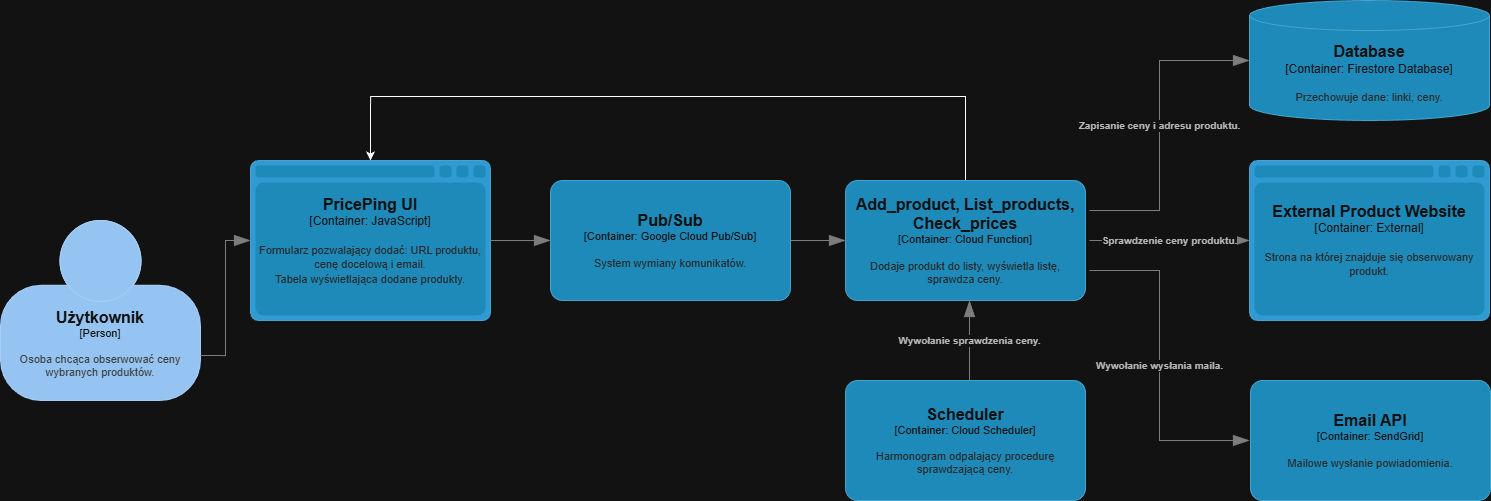
This is PricePing.png from martafigurska/PricePing, a draw.io export, as it was before one commit. Source tidied: cells renumbered, new cells last; positions are measured from the earlier drawing's top-left corner, leaving out a move shared by most shapes.
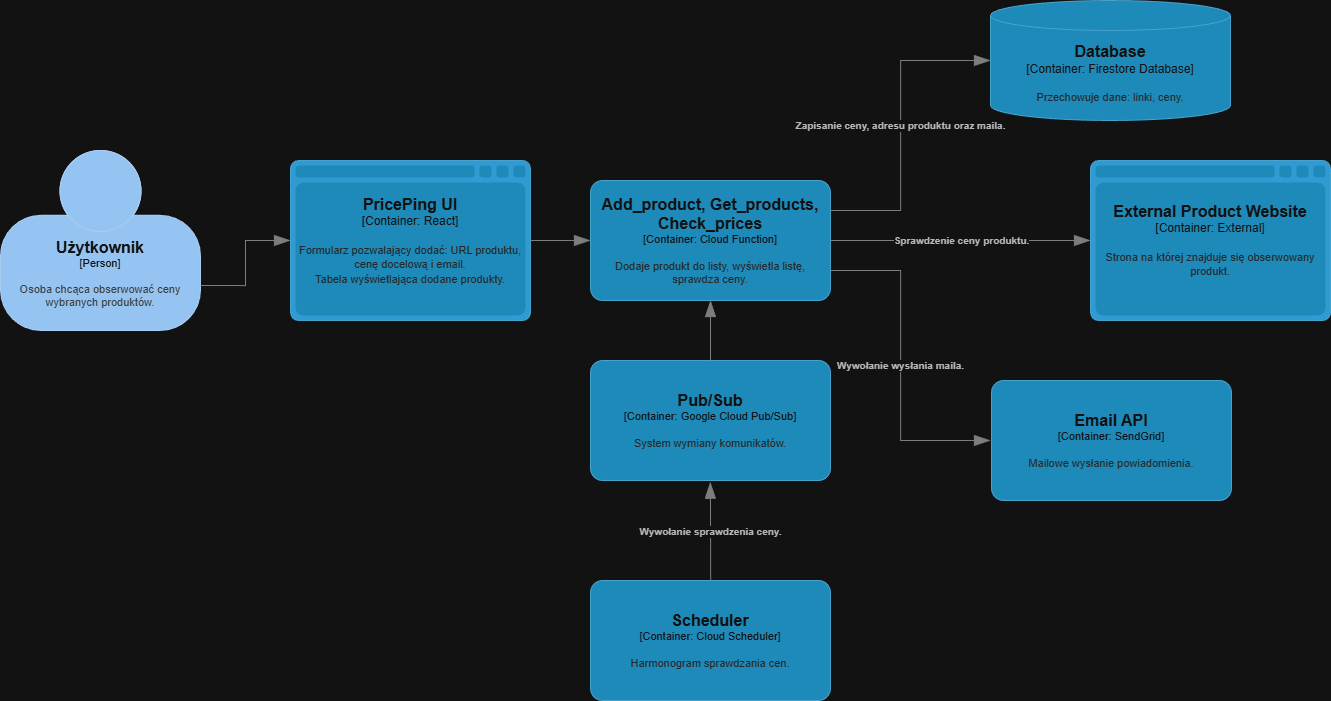
After the change.

Diff of the diagram source:
```diff
@@ -4,57 +4,49 @@
     <mxCell id="1" parent="0" />
     <object id="2" label="&lt;font style=&quot;font-size: 16px&quot;&gt;&lt;b&gt;%c4Name%&lt;/b&gt;&lt;/font&gt;&lt;div&gt;[%c4Type%]&lt;/div&gt;&lt;br&gt;&lt;div&gt;&lt;font style=&quot;font-size: 11px&quot;&gt;&lt;font color=&quot;#cccccc&quot;&gt;%c4Description%&lt;/font&gt;&lt;/div&gt;" c4Description="Osoba chcąca obserwować ceny wybranych produktów." c4Name="Użytkownik" c4Type="Person" placeholders="1">
       <mxCell style="html=1;fontSize=11;dashed=0;whiteSpace=wrap;fillColor=#083F75;strokeColor=#06315C;fontColor=#ffffff;shape=mxgraph.c4.person2;align=center;points=[[0.5,0,0],[1,0.5,0],[1,0.75,0],[0.75,1,0],[0.5,1,0],[0.25,1,0],[0,0.75,0],[0,0.5,0]];" parent="1" vertex="1">
-        <mxGeometry y="220" width="200" height="180" as="geometry" />
+        <mxGeometry x="-40" y="150" width="200" height="180" as="geometry" />
       </mxCell>
     </object>
-    <object id="3" label="&lt;font style=&quot;font-size: 16px&quot;&gt;&lt;b&gt;%c4Name%&lt;/b&gt;&lt;/font&gt;&lt;div&gt;[%c4Type%:&amp;nbsp;%c4Technology%]&lt;/div&gt;&lt;br&gt;&lt;div&gt;&lt;font style=&quot;font-size: 11px&quot;&gt;&lt;font color=&quot;#E6E6E6&quot;&gt;%c4Description%&lt;/font&gt;&lt;/div&gt;" c4Description="Formularz pozwalający dodać: URL produktu, cenę docelową i email.&#10;Tabela wyświetlająca dodane produkty." c4Name="PricePing UI" c4Technology="JavaScript" c4Type="Container" placeholders="1">
+    <object id="3" label="&lt;font style=&quot;font-size: 16px&quot;&gt;&lt;b&gt;%c4Name%&lt;/b&gt;&lt;/font&gt;&lt;div&gt;[%c4Type%:&amp;nbsp;%c4Technology%]&lt;/div&gt;&lt;br&gt;&lt;div&gt;&lt;font style=&quot;font-size: 11px&quot;&gt;&lt;font color=&quot;#E6E6E6&quot;&gt;%c4Description%&lt;/font&gt;&lt;/div&gt;" c4Description="Formularz pozwalający dodać: URL produktu, cenę docelową i email.&#10;Tabela wyświetlająca dodane produkty." c4Name="PricePing UI" c4Technology="React" c4Type="Container" placeholders="1">
       <mxCell style="shape=mxgraph.c4.webBrowserContainer2;whiteSpace=wrap;html=1;boundedLbl=1;rounded=0;labelBackgroundColor=none;strokeColor=#118ACD;fillColor=#23A2D9;strokeColor=#118ACD;strokeColor2=#0E7DAD;fontSize=12;fontColor=#ffffff;align=center;points=[[0.5,0,0],[1,0.25,0],[1,0.5,0],[1,0.75,0],[0.5,1,0],[0,0.75,0],[0,0.5,0],[0,0.25,0]];" parent="1" vertex="1">
         <mxGeometry x="250" y="160" width="240" height="160" as="geometry" />
       </mxCell>
     </object>
-    <mxCell id="4" style="edgeStyle=orthogonalEdgeStyle;rounded=0;jettySize=auto;html=1;exitX=0.5;exitY=0;exitDx=0;exitDy=0;exitPerimeter=0;entryX=0.5;entryY=0;entryDx=0;entryDy=0;entryPerimeter=0;" parent="1" edge="1" source="5" target="3">
-      <mxGeometry relative="1" as="geometry">
-        <Array as="points">
-          <mxPoint x="965" y="96" />
-          <mxPoint x="370" y="96" />
-        </Array>
-      </mxGeometry>
-    </mxCell>
-    <object id="5" label="&lt;font style=&quot;font-size: 16px&quot;&gt;&lt;b&gt;%c4Name%&lt;/b&gt;&lt;/font&gt;&lt;div&gt;[%c4Type%: %c4Technology%]&lt;/div&gt;&lt;br&gt;&lt;div&gt;&lt;font style=&quot;font-size: 11px&quot;&gt;&lt;font color=&quot;#E6E6E6&quot;&gt;%c4Description%&lt;/font&gt;&lt;/div&gt;" c4Description="Dodaje produkt do listy, wyświetla listę, sprawdza ceny." c4Name="Add_product, List_products, Check_prices" c4Technology="Cloud Function" c4Type="Container" placeholders="1">
+    <object id="5" label="&lt;font style=&quot;font-size: 16px&quot;&gt;&lt;b&gt;%c4Name%&lt;/b&gt;&lt;/font&gt;&lt;div&gt;[%c4Type%: %c4Technology%]&lt;/div&gt;&lt;br&gt;&lt;div&gt;&lt;font style=&quot;font-size: 11px&quot;&gt;&lt;font color=&quot;#E6E6E6&quot;&gt;%c4Description%&lt;/font&gt;&lt;/div&gt;" c4Description="Dodaje produkt do listy, wyświetla listę, sprawdza ceny." c4Name="Add_product, Get_products, Check_prices" c4Technology="Cloud Function" c4Type="Container" placeholders="1">
       <mxCell style="rounded=1;whiteSpace=wrap;html=1;fontSize=11;labelBackgroundColor=none;fillColor=#23A2D9;fontColor=#ffffff;align=center;arcSize=10;strokeColor=#0E7DAD;points=[[0.25,0,0],[0.5,0,0],[0.75,0,0],[1,0.25,0],[1,0.5,0],[1,0.75,0],[0.75,1,0],[0.5,1,0],[0.25,1,0],[0,0.75,0],[0,0.5,0],[0,0.25,0]];" parent="1" vertex="1">
-        <mxGeometry x="845" y="180" width="240" height="120" as="geometry" />
+        <mxGeometry x="550" y="180" width="240" height="120" as="geometry" />
       </mxCell>
     </object>
-    <object id="6" label="&lt;font style=&quot;font-size: 16px&quot;&gt;&lt;b&gt;%c4Name%&lt;/b&gt;&lt;/font&gt;&lt;div&gt;[%c4Type%: %c4Technology%]&lt;/div&gt;&lt;br&gt;&lt;div&gt;&lt;font style=&quot;font-size: 11px&quot;&gt;&lt;font color=&quot;#E6E6E6&quot;&gt;%c4Description%&lt;/font&gt;&lt;/div&gt;" c4Description="Harmonogram odpalający procedurę sprawdzającą ceny." c4Name="Scheduler" c4Technology="Cloud Scheduler" c4Type="Container" placeholders="1">
+    <object id="6" label="&lt;font style=&quot;font-size: 16px&quot;&gt;&lt;b&gt;%c4Name%&lt;/b&gt;&lt;/font&gt;&lt;div&gt;[%c4Type%: %c4Technology%]&lt;/div&gt;&lt;br&gt;&lt;div&gt;&lt;font style=&quot;font-size: 11px&quot;&gt;&lt;font color=&quot;#E6E6E6&quot;&gt;%c4Description%&lt;/font&gt;&lt;/div&gt;" c4Description="Harmonogram sprawdzania cen." c4Name="Scheduler" c4Technology="Cloud Scheduler" c4Type="Container" placeholders="1">
       <mxCell style="rounded=1;whiteSpace=wrap;html=1;fontSize=11;labelBackgroundColor=none;fillColor=#23A2D9;fontColor=#ffffff;align=center;arcSize=10;strokeColor=#0E7DAD;" parent="1" vertex="1">
-        <mxGeometry x="845" y="380" width="240" height="120" as="geometry" />
+        <mxGeometry x="550" y="580" width="240" height="120" as="geometry" />
       </mxCell>
     </object>
     <object id="7" label="&lt;div style=&quot;text-align: left&quot;&gt;&lt;div style=&quot;text-align: center&quot;&gt;&lt;b&gt;%c4Description%&lt;/b&gt;&lt;/div&gt;" c4Description="Wywołanie sprawdzenia ceny." c4Type="Relationship" placeholders="1">
-      <mxCell style="endArrow=blockThin;html=1;fontSize=10;fontColor=#404040;strokeWidth=1;endFill=1;strokeColor=#828282;elbow=vertical;endSize=14;startSize=14;jumpStyle=arc;jumpSize=16;rounded=0;edgeStyle=orthogonalEdgeStyle;entryX=0.5;entryY=1;entryDx=0;entryDy=0;entryPerimeter=0;exitX=0.5;exitY=0;exitDx=0;exitDy=0;exitPerimeter=0;" parent="1" edge="1">
+      <mxCell style="endArrow=blockThin;html=1;fontSize=10;fontColor=#404040;strokeWidth=1;endFill=1;strokeColor=#828282;elbow=vertical;endSize=14;startSize=14;jumpStyle=arc;jumpSize=16;rounded=0;edgeStyle=orthogonalEdgeStyle;entryX=0.515;entryY=1.014;entryDx=0;entryDy=0;entryPerimeter=0;exitX=0.5;exitY=0;exitDx=0;exitDy=0;exitPerimeter=0;" parent="1" edge="1">
         <mxGeometry relative="1" as="geometry">
-          <mxPoint x="969" y="380" as="sourcePoint" />
-          <mxPoint x="969" y="300" as="targetPoint" />
+          <mxPoint x="670.2" y="580" as="sourcePoint" />
+          <mxPoint x="669.8" y="481.7" as="targetPoint" />
         </mxGeometry>
       </mxCell>
     </object>
     <object id="8" label="&lt;font style=&quot;font-size: 16px&quot;&gt;&lt;b&gt;%c4Name%&lt;/b&gt;&lt;/font&gt;&lt;div&gt;[%c4Type%:&amp;nbsp;%c4Technology%]&lt;/div&gt;&lt;br&gt;&lt;div&gt;&lt;font style=&quot;font-size: 11px&quot;&gt;&lt;font color=&quot;#E6E6E6&quot;&gt;%c4Description%&lt;/font&gt;&lt;/div&gt;" c4Description="Przechowuje dane: linki, ceny." c4Name="Database" c4Technology="Firestore Database" c4Type="Container" placeholders="1">
       <mxCell style="shape=cylinder3;size=15;whiteSpace=wrap;html=1;boundedLbl=1;rounded=0;labelBackgroundColor=none;fillColor=#23A2D9;fontSize=12;fontColor=#ffffff;align=center;strokeColor=#0E7DAD;points=[[0.5,0,0],[1,0.25,0],[1,0.5,0],[1,0.75,0],[0.5,1,0],[0,0.75,0],[0,0.5,0],[0,0.25,0]];" parent="1" vertex="1">
-        <mxGeometry x="1249" width="240" height="120" as="geometry" />
+        <mxGeometry x="950" width="240" height="120" as="geometry" />
       </mxCell>
     </object>
     <object id="9" label="&lt;font style=&quot;font-size: 16px&quot;&gt;&lt;b&gt;%c4Name%&lt;/b&gt;&lt;/font&gt;&lt;div&gt;[%c4Type%:&amp;nbsp;%c4Technology%]&lt;/div&gt;&lt;br&gt;&lt;div&gt;&lt;font style=&quot;font-size: 11px&quot;&gt;&lt;font color=&quot;#E6E6E6&quot;&gt;%c4Description%&lt;/font&gt;&lt;/div&gt;" c4Description="Strona na której znajduje się obserwowany produkt." c4Name="External Product Website" c4Technology="External" c4Type="Container" placeholders="1">
       <mxCell style="shape=mxgraph.c4.webBrowserContainer2;whiteSpace=wrap;html=1;boundedLbl=1;rounded=0;labelBackgroundColor=none;strokeColor=#118ACD;fillColor=#23A2D9;strokeColor=#118ACD;strokeColor2=#0E7DAD;fontSize=12;fontColor=#ffffff;align=center;points=[[0.5,0,0],[1,0.25,0],[1,0.5,0],[1,0.75,0],[0.5,1,0],[0,0.75,0],[0,0.5,0],[0,0.25,0]];" parent="1" vertex="1">
-        <mxGeometry x="1249" y="160" width="240" height="160" as="geometry" />
+        <mxGeometry x="1050" y="160" width="240" height="160" as="geometry" />
       </mxCell>
     </object>
-    <object id="10" label="&lt;div style=&quot;text-align: left&quot;&gt;&lt;div style=&quot;text-align: center&quot;&gt;&lt;b&gt;%c4Description%&lt;/b&gt;&lt;/div&gt;" c4Description="Zapisanie ceny i adresu produktu." c4Type="Relationship" placeholders="1">
+    <object id="10" label="&lt;div style=&quot;text-align: left&quot;&gt;&lt;div style=&quot;text-align: center&quot;&gt;&lt;b&gt;%c4Description%&lt;/b&gt;&lt;/div&gt;" c4Description="Zapisanie ceny, adresu produktu oraz maila." c4Type="Relationship" placeholders="1">
       <mxCell style="endArrow=blockThin;html=1;fontSize=10;fontColor=#404040;strokeWidth=1;endFill=1;strokeColor=#828282;elbow=vertical;endSize=14;startSize=14;jumpStyle=arc;jumpSize=16;rounded=0;edgeStyle=orthogonalEdgeStyle;exitX=1;exitY=0.25;exitDx=0;exitDy=0;exitPerimeter=0;entryX=0;entryY=0.5;entryDx=0;entryDy=0;entryPerimeter=0;" parent="1" edge="1" target="8">
         <mxGeometry relative="1" as="geometry">
-          <mxPoint x="1089" y="210" as="sourcePoint" />
+          <mxPoint x="790" y="210" as="sourcePoint" />
           <Array as="points">
-            <mxPoint x="1159" y="210" />
-            <mxPoint x="1159" y="60" />
+            <mxPoint x="860" y="210" />
+            <mxPoint x="860" y="60" />
           </Array>
         </mxGeometry>
       </mxCell>
@@ -62,18 +54,18 @@
     <object id="11" label="&lt;div style=&quot;text-align: left&quot;&gt;&lt;div style=&quot;text-align: center&quot;&gt;&lt;b&gt;%c4Description%&lt;/b&gt;&lt;/div&gt;" c4Description="Sprawdzenie ceny produktu." c4Type="Relationship" placeholders="1">
       <mxCell style="endArrow=blockThin;html=1;fontSize=10;fontColor=#404040;strokeWidth=1;endFill=1;strokeColor=#828282;elbow=vertical;endSize=14;startSize=14;jumpStyle=arc;jumpSize=16;rounded=0;edgeStyle=orthogonalEdgeStyle;entryX=0;entryY=0.5;entryDx=0;entryDy=0;entryPerimeter=0;" parent="1" edge="1" target="9">
         <mxGeometry relative="1" as="geometry">
-          <mxPoint x="1089" y="240" as="sourcePoint" />
+          <mxPoint x="790" y="240" as="sourcePoint" />
         </mxGeometry>
       </mxCell>
     </object>
     <object id="12" label="&lt;div style=&quot;text-align: left&quot;&gt;&lt;div style=&quot;text-align: center&quot;&gt;&lt;b&gt;%c4Description%&lt;/b&gt;&lt;/div&gt;" c4Description="Wywołanie wysłania maila." c4Type="Relationship" placeholders="1">
       <mxCell style="endArrow=blockThin;html=1;fontSize=10;fontColor=#404040;strokeWidth=1;endFill=1;strokeColor=#828282;elbow=vertical;endSize=14;startSize=14;jumpStyle=arc;jumpSize=16;rounded=0;edgeStyle=orthogonalEdgeStyle;entryX=0;entryY=0.5;entryDx=0;entryDy=0;entryPerimeter=0;exitX=1;exitY=0.75;exitDx=0;exitDy=0;exitPerimeter=0;" parent="1" edge="1">
         <mxGeometry relative="1" as="geometry">
-          <mxPoint x="1089" y="270" as="sourcePoint" />
-          <mxPoint x="1249" y="440" as="targetPoint" />
+          <mxPoint x="790" y="270" as="sourcePoint" />
+          <mxPoint x="950" y="440" as="targetPoint" />
           <Array as="points">
-            <mxPoint x="1159" y="270" />
-            <mxPoint x="1159" y="440" />
+            <mxPoint x="860" y="270" />
+            <mxPoint x="860" y="440" />
           </Array>
         </mxGeometry>
       </mxCell>
@@ -85,21 +77,14 @@
         </mxGeometry>
       </mxCell>
     </object>
-    <object id="14" label="" c4Type="Relationship" placeholders="1">
-      <mxCell style="endArrow=blockThin;html=1;fontSize=10;fontColor=#404040;strokeWidth=1;endFill=1;strokeColor=#828282;elbow=vertical;endSize=14;startSize=14;jumpStyle=arc;jumpSize=16;rounded=0;edgeStyle=orthogonalEdgeStyle;exitX=1;exitY=0.5;exitDx=0;exitDy=0;exitPerimeter=0;entryX=0;entryY=0.5;entryDx=0;entryDy=0;entryPerimeter=0;" parent="1" edge="1" target="5">
-        <mxGeometry relative="1" as="geometry">
-          <mxPoint x="787" y="240" as="sourcePoint" />
-        </mxGeometry>
-      </mxCell>
-    </object>
     <object id="15" label="&lt;font style=&quot;font-size: 16px&quot;&gt;&lt;b&gt;%c4Name%&lt;/b&gt;&lt;/font&gt;&lt;div&gt;[%c4Type%: %c4Technology%]&lt;/div&gt;&lt;br&gt;&lt;div&gt;&lt;font style=&quot;font-size: 11px&quot;&gt;&lt;font color=&quot;#E6E6E6&quot;&gt;%c4Description%&lt;/font&gt;&lt;/div&gt;" c4Description="System wymiany komunikatów." c4Name="Pub/Sub" c4Technology="Google Cloud Pub/Sub" c4Type="Container" placeholders="1">
       <mxCell style="rounded=1;whiteSpace=wrap;html=1;fontSize=11;labelBackgroundColor=none;fillColor=#23A2D9;fontColor=#ffffff;align=center;arcSize=10;strokeColor=#0E7DAD;points=[[0.25,0,0],[0.5,0,0],[0.75,0,0],[1,0.25,0],[1,0.5,0],[1,0.75,0],[0.75,1,0],[0.5,1,0],[0.25,1,0],[0,0.75,0],[0,0.5,0],[0,0.25,0]];" parent="1" vertex="1">
-        <mxGeometry x="550" y="180" width="240" height="120" as="geometry" />
+        <mxGeometry x="550" y="360" width="240" height="120" as="geometry" />
       </mxCell>
     </object>
     <object id="16" label="&lt;font style=&quot;font-size: 16px&quot;&gt;&lt;b&gt;%c4Name%&lt;/b&gt;&lt;/font&gt;&lt;div&gt;[%c4Type%: %c4Technology%]&lt;/div&gt;&lt;br&gt;&lt;div&gt;&lt;font style=&quot;font-size: 11px&quot;&gt;&lt;font color=&quot;#E6E6E6&quot;&gt;%c4Description%&lt;/font&gt;&lt;/div&gt;" c4Description="Mailowe wysłanie powiadomienia." c4Name="Email API" c4Technology="SendGrid" c4Type="Container" placeholders="1">
       <mxCell style="rounded=1;whiteSpace=wrap;html=1;fontSize=11;labelBackgroundColor=none;fillColor=#23A2D9;fontColor=#ffffff;align=center;arcSize=10;strokeColor=#0E7DAD;" parent="1" vertex="1">
-        <mxGeometry x="1250" y="380" width="240" height="120" as="geometry" />
+        <mxGeometry x="951" y="380" width="240" height="120" as="geometry" />
       </mxCell>
     </object>
     <object id="17" label="" c4Type="Relationship" placeholders="1">
@@ -107,5 +92,10 @@
         <mxGeometry relative="1" as="geometry" />
       </mxCell>
     </object>
+    <object id="18" label="" c4Type="Relationship" placeholders="1">
+      <mxCell style="endArrow=blockThin;html=1;fontSize=10;fontColor=#404040;strokeWidth=1;endFill=1;strokeColor=#828282;elbow=vertical;endSize=14;startSize=14;jumpStyle=arc;jumpSize=16;rounded=0;edgeStyle=orthogonalEdgeStyle;exitX=0.5;exitY=0;exitDx=0;exitDy=0;exitPerimeter=0;entryX=0.5;entryY=1;entryDx=0;entryDy=0;entryPerimeter=0;" parent="1" edge="1" source="15" target="5">
+        <mxGeometry relative="1" as="geometry" />
+      </mxCell>
+    </object>
   </root>
 </mxGraphModel>
```
